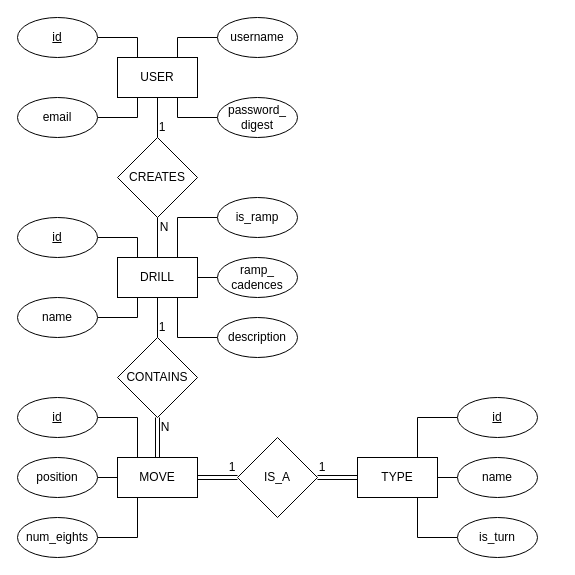
zbaruch20/drill-writer keeps this draw.io diagram as diagrams/entity_relationship_diagram.drawio. Above is the earlier version. Source tidied: cells renumbered, new cells numbered last; positions are measured from the earlier drawing's top-left corner, leaving out a move shared by most shapes. Both pictures are drawn from the tidied source at 100%, with x=0, y=0 at pixel (17, 17).
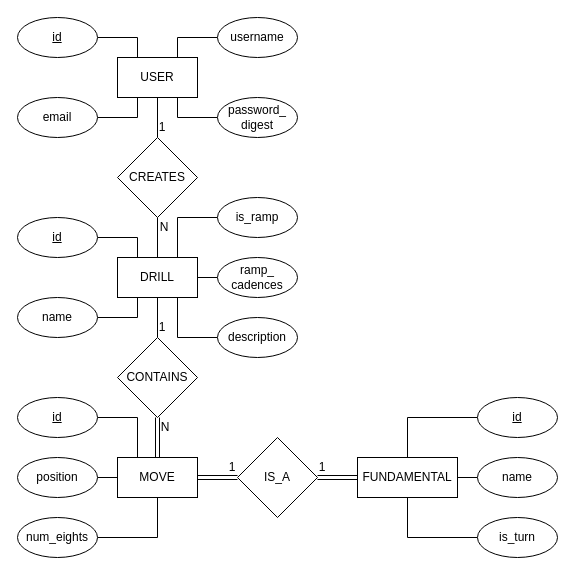
After the change.

The change refers to these unchanged cells:
```xml
<mxCell id="23" value="MOVE" style="rounded=0;whiteSpace=wrap;html=1;" parent="1" vertex="1">
  <mxGeometry x="100" y="440" width="80" height="40" as="geometry" />
</mxCell>
<mxCell id="49" value="num_eights" style="ellipse;whiteSpace=wrap;html=1;" parent="1" vertex="1">
  <mxGeometry y="500" width="80" height="40" as="geometry" />
</mxCell>
```

What changed in the source:
```diff
@@
-    <mxCell id="22" style="edgeStyle=orthogonalEdgeStyle;rounded=0;jettySize=auto;html=1;exitX=0.25;exitY=1;exitDx=0;exitDy=0;entryX=1;entryY=0.5;entryDx=0;entryDy=0;endArrow=none;endFill=0;" parent="1" edge="1" source="23" target="49">
+    <mxCell id="22" style="edgeStyle=orthogonalEdgeStyle;rounded=0;jettySize=auto;html=1;exitX=0.5;exitY=1;exitDx=0;exitDy=0;entryX=1;entryY=0.5;entryDx=0;entryDy=0;endArrow=none;endFill=0;" parent="1" edge="1" source="23" target="49">
       <mxGeometry relative="1" as="geometry" />
     </mxCell>
@@
+    <mxCell id="39" style="edgeStyle=orthogonalEdgeStyle;rounded=0;jettySize=auto;html=1;exitX=0.5;exitY=1;exitDx=0;exitDy=0;entryX=0;entryY=0.5;entryDx=0;entryDy=0;endArrow=none;endFill=0;" parent="1" edge="1" source="40" target="48">
+      <mxGeometry relative="1" as="geometry" />
+    </mxCell>
+    <mxCell id="38" style="edgeStyle=orthogonalEdgeStyle;rounded=0;jettySize=auto;html=1;exitX=0.5;exitY=0;exitDx=0;exitDy=0;entryX=0;entryY=0.5;entryDx=0;entryDy=0;endArrow=none;endFill=0;" parent="1" edge="1" source="40" target="46">
+      <mxGeometry relative="1" as="geometry" />
+    </mxCell>
@@
-    <mxCell id="38" style="edgeStyle=orthogonalEdgeStyle;rounded=0;jettySize=auto;html=1;exitX=0.75;exitY=0;exitDx=0;exitDy=0;entryX=0;entryY=0.5;entryDx=0;entryDy=0;endArrow=none;endFill=0;" parent="1" edge="1" source="40" target="46">
-      <mxGeometry relative="1" as="geometry" />
-    </mxCell>
-    <mxCell id="39" style="edgeStyle=orthogonalEdgeStyle;rounded=0;jettySize=auto;html=1;exitX=0.75;exitY=1;exitDx=0;exitDy=0;entryX=0;entryY=0.5;entryDx=0;entryDy=0;endArrow=none;endFill=0;" parent="1" edge="1" source="40" target="48">
-      <mxGeometry relative="1" as="geometry" />
-    </mxCell>
-    <mxCell id="40" value="TYPE" style="rounded=0;whiteSpace=wrap;html=1;" parent="1" vertex="1">
-      <mxGeometry x="340" y="440" width="80" height="40" as="geometry" />
+    <mxCell id="40" value="FUNDAMENTAL" style="rounded=0;whiteSpace=wrap;html=1;" parent="1" vertex="1">
+      <mxGeometry x="340" y="440" width="100" height="40" as="geometry" />
     </mxCell>
@@
     <mxCell id="46" value="&lt;u&gt;id&lt;/u&gt;" style="ellipse;whiteSpace=wrap;html=1;" parent="1" vertex="1">
-      <mxGeometry x="440" y="380" width="80" height="40" as="geometry" />
+      <mxGeometry x="460" y="380" width="80" height="40" as="geometry" />
     </mxCell>
     <mxCell id="47" value="name" style="ellipse;whiteSpace=wrap;html=1;" parent="1" vertex="1">
-      <mxGeometry x="440" y="440" width="80" height="40" as="geometry" />
+      <mxGeometry x="460" y="440" width="80" height="40" as="geometry" />
     </mxCell>
     <mxCell id="48" value="is_turn" style="ellipse;whiteSpace=wrap;html=1;" parent="1" vertex="1">
-      <mxGeometry x="440" y="500" width="80" height="40" as="geometry" />
+      <mxGeometry x="460" y="500" width="80" height="40" as="geometry" />
     </mxCell>
```
